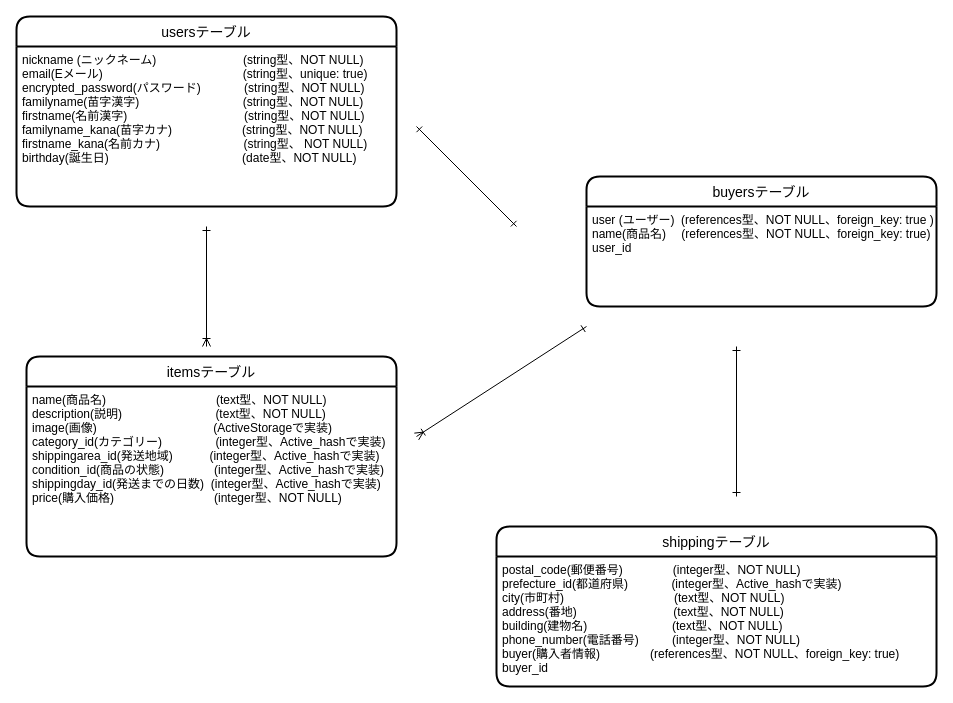
Before: furima-34505.dio in shuuuyan/furima-34505, a draw.io diagram. Source tidied: cells renumbered, new cells numbered last; positions are measured from the earlier drawing's top-left corner, leaving out a move shared by most shapes. Both pictures are drawn from the tidied source at 100%, with x=0, y=0 at pixel (16, 16).
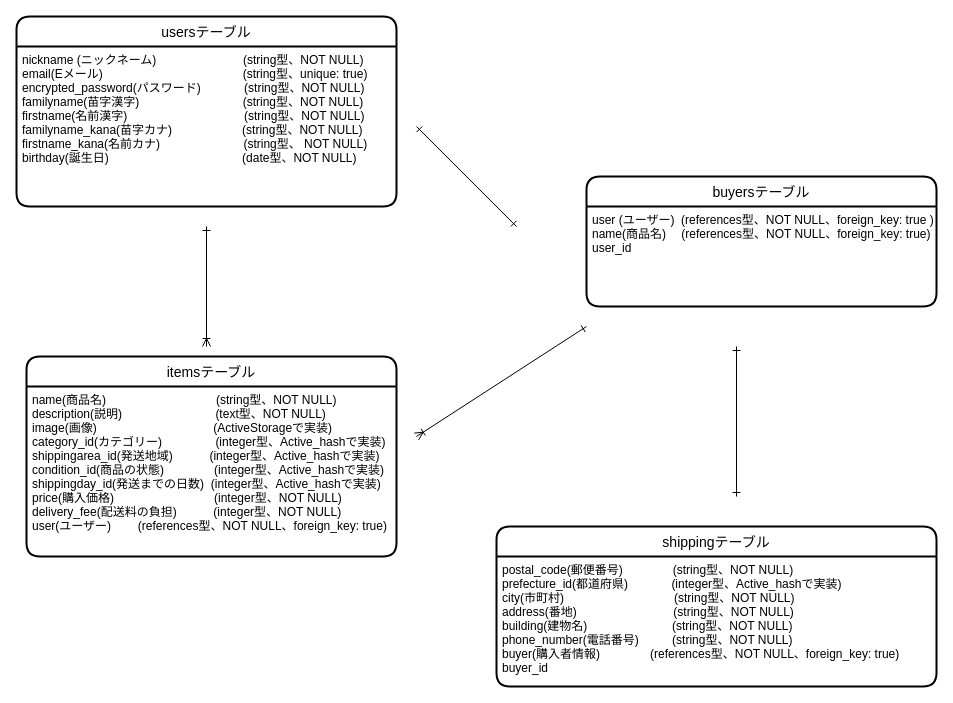
After the change.

Commit message (it also covers changes not shown here):
データベース設計修正後5

Diff of the diagram source:
```diff
@@
 <mxGraphModel>
   <root>
     <mxCell id="0" />
     <mxCell id="1" parent="0" />
     <mxCell id="2" value="usersテーブル" style="swimlane;horizontal=1;startSize=30;rounded=1;fontSize=14;fontStyle=0;strokeWidth=2;shadow=0;dashed=0;align=center;" parent="1" vertex="1">
       <mxGeometry width="380" height="190" as="geometry" />
     </mxCell>
     <mxCell id="3" value="nickname (ニックネーム)                          (string型、NOT NULL)&#10;email(Eメール)                                          (string型、unique: true)&#10;encrypted_password(パスワード)             (string型、NOT NULL)&#10;familyname(苗字漢字)                               (string型、NOT NULL)&#10;firstname(名前漢字)                                   (string型、NOT NULL)&#10;familyname_kana(苗字カナ)                     (string型、NOT NULL)&#10;firstname_kana(名前カナ)                         (string型、 NOT NULL)&#10;birthday(誕生日)                                        (date型、NOT NULL)&#10;" style="align=left;strokeColor=none;fillColor=none;spacingLeft=4;fontSize=12;verticalAlign=top;" parent="2" vertex="1">
       <mxGeometry y="30" width="380" height="160" as="geometry" />
     </mxCell>
     <mxCell id="4" value="itemsテーブル" style="swimlane;horizontal=1;startSize=30;rounded=1;fontSize=14;fontStyle=0;strokeWidth=2;shadow=0;dashed=0;align=center;" parent="1" vertex="1">
       <mxGeometry x="10" y="340" width="370" height="200" as="geometry" />
     </mxCell>
-    <mxCell id="5" value="name(商品名)                                 (text型、NOT NULL)&#10;description(説明)                            (text型、NOT NULL)&#10;image(画像)                                   (ActiveStorageで実装) &#10;category_id(カテゴリー)                (integer型、Active_hashで実装)&#10;shippingarea_id(発送地域)           (integer型、Active_hashで実装)&#10;condition_id(商品の状態)               (integer型、Active_hashで実装)&#10;shippingday_id(発送までの日数)  (integer型、Active_hashで実装)&#10;price(購入価格)                              (integer型、NOT NULL)&#10;&#10;" style="align=left;strokeColor=none;fillColor=none;spacingLeft=4;fontSize=12;verticalAlign=top;" parent="4" vertex="1">
+    <mxCell id="5" value="name(商品名)                                 (string型、NOT NULL)&#10;description(説明)                            (text型、NOT NULL)&#10;image(画像)                                   (ActiveStorageで実装) &#10;category_id(カテゴリー)                (integer型、Active_hashで実装)&#10;shippingarea_id(発送地域)           (integer型、Active_hashで実装)&#10;condition_id(商品の状態)               (integer型、Active_hashで実装)&#10;shippingday_id(発送までの日数)  (integer型、Active_hashで実装)&#10;price(購入価格)                              (integer型、NOT NULL)&#10;delivery_fee(配送料の負担)           (integer型、NOT NULL)&#10;user(ユーザー)        (references型、NOT NULL、foreign_key: true)&#10;" style="align=left;strokeColor=none;fillColor=none;spacingLeft=4;fontSize=12;verticalAlign=top;" parent="4" vertex="1">
       <mxGeometry y="30" width="370" height="170" as="geometry" />
     </mxCell>
     <mxCell id="6" value="shippingテーブル" style="swimlane;horizontal=1;startSize=30;rounded=1;fontSize=14;fontStyle=0;strokeWidth=2;shadow=0;dashed=0;align=center;" parent="1" vertex="1">
       <mxGeometry x="480" y="510" width="440" height="160" as="geometry" />
     </mxCell>
-    <mxCell id="7" value="postal_code(郵便番号)               (integer型、NOT NULL)&#10;prefecture_id(都道府県)             (integer型、Active_hashで実装)&#10;city(市町村)                                 (text型、NOT NULL)&#10;address(番地)                             (text型、NOT NULL)&#10;building(建物名)          　　　　 (text型、NOT NULL)&#10;phone_number(電話番号)          (integer型、NOT NULL)&#10;buyer(購入者情報)               (references型、NOT NULL、foreign_key: true)&#10;buyer_id&#10;" style="align=left;strokeColor=none;fillColor=none;spacingLeft=4;fontSize=12;verticalAlign=top;" parent="6" vertex="1">
+    <mxCell id="7" value="postal_code(郵便番号)               (string型、NOT NULL)&#10;prefecture_id(都道府県)             (integer型、Active_hashで実装)&#10;city(市町村)                                 (string型、NOT NULL)&#10;address(番地)                             (string型、NOT NULL)&#10;building(建物名)          　　　　 (string型、NOT NULL)&#10;phone_number(電話番号)          (string型、NOT NULL)&#10;buyer(購入者情報)               (references型、NOT NULL、foreign_key: true)&#10;buyer_id&#10;" style="align=left;strokeColor=none;fillColor=none;spacingLeft=4;fontSize=12;verticalAlign=top;" parent="6" vertex="1">
       <mxGeometry y="30" width="440" height="130" as="geometry" />
     </mxCell>
     <mxCell id="8" style="edgeStyle=none;rounded=0;orthogonalLoop=1;jettySize=auto;html=1;startArrow=ERone;startFill=0;endArrow=ERone;endFill=0;" parent="1" edge="1">
       <mxGeometry relative="1" as="geometry">
         <mxPoint x="720" y="330" as="sourcePoint" />
         <mxPoint x="720" y="480" as="targetPoint" />
       </mxGeometry>
     </mxCell>
     <mxCell id="9" value="buyersテーブル" style="swimlane;horizontal=1;startSize=30;rounded=1;fontSize=14;fontStyle=0;strokeWidth=2;shadow=0;dashed=0;align=center;" parent="1" vertex="1">
       <mxGeometry x="570" y="160" width="350" height="130" as="geometry" />
     </mxCell>
     <mxCell id="10" value="user (ユーザー)  (references型、NOT NULL、foreign_key: true )&#10;name(商品名)　 (references型、NOT NULL、foreign_key: true)&#10;user_id&#10;" style="align=left;strokeColor=none;fillColor=none;spacingLeft=4;fontSize=12;verticalAlign=top;" parent="9" vertex="1">
       <mxGeometry y="30" width="350" height="100" as="geometry" />
     </mxCell>
     <mxCell id="11" style="edgeStyle=orthogonalEdgeStyle;rounded=0;orthogonalLoop=1;jettySize=auto;html=1;endArrow=ERoneToMany;endFill=0;startArrow=ERone;startFill=0;" parent="1" edge="1">
       <mxGeometry relative="1" as="geometry">
         <mxPoint x="190" y="210" as="sourcePoint" />
         <mxPoint x="190" y="330" as="targetPoint" />
       </mxGeometry>
     </mxCell>
     <mxCell id="12" style="edgeStyle=none;rounded=0;orthogonalLoop=1;jettySize=auto;html=1;startArrow=ERoneToMany;startFill=0;endArrow=ERone;endFill=0;" parent="1" edge="1">
       <mxGeometry relative="1" as="geometry">
         <mxPoint x="400" y="420" as="sourcePoint" />
         <mxPoint x="570" y="310" as="targetPoint" />
       </mxGeometry>
     </mxCell>
     <mxCell id="13" style="rounded=0;orthogonalLoop=1;jettySize=auto;html=1;startArrow=ERone;startFill=0;endArrow=ERone;endFill=0;" parent="1" edge="1">
       <mxGeometry relative="1" as="geometry">
         <mxPoint x="500" y="210" as="sourcePoint" />
         <mxPoint x="400" y="110" as="targetPoint" />
       </mxGeometry>
     </mxCell>
   </root>
 </mxGraphModel>
```
